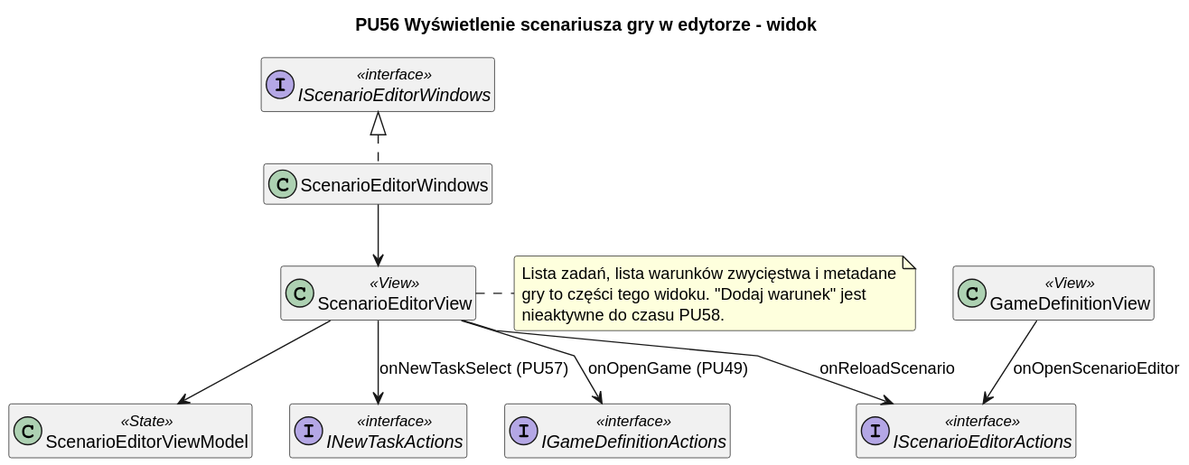
This is diagrams/frontend/rendered/scenario-editor-view.svg from Igor-Ochocki/POP-2026Z, a PlantUML export, as it was before one commit.
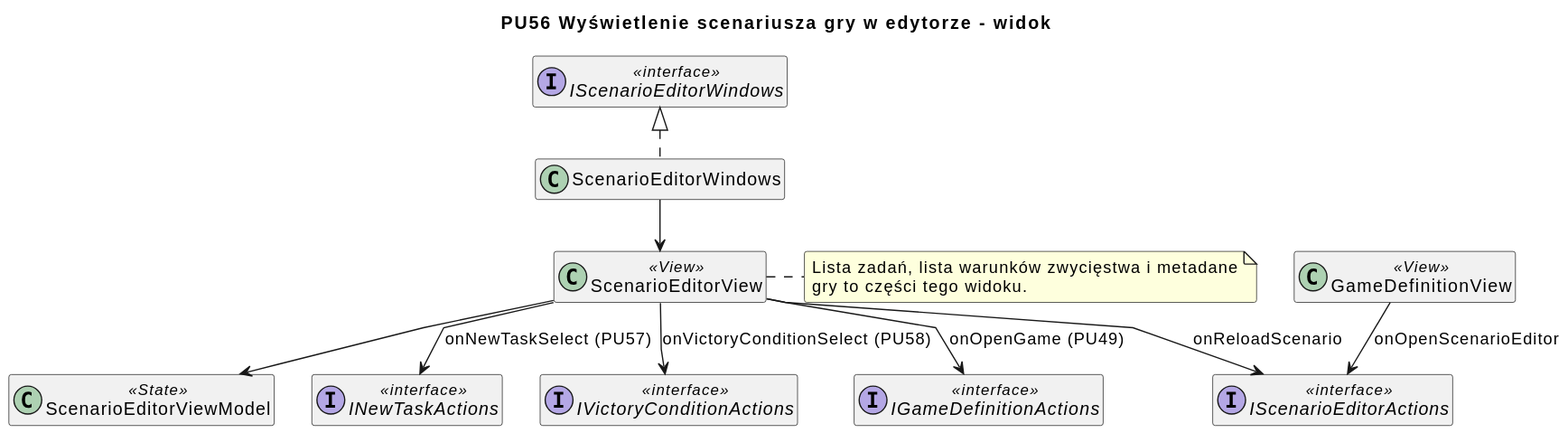
Later version of the same file.

Commit message:
PU58/fe: diagramy presentera i widoku warunków zwycięstwa

Diff of the diagram source:
```diff
@@ -17,6 +17,7 @@
 interface IScenarioEditorActions <<interface>>
 class ScenarioEditorViewModel <<State>>
 interface INewTaskActions <<interface>>
+interface IVictoryConditionActions <<interface>>
 interface IGameDefinitionActions <<interface>>
 class GameDefinitionView <<View>>
 
@@ -27,11 +28,11 @@
 ScenarioEditorView --> IScenarioEditorActions : onReloadScenario
 ScenarioEditorView --> ScenarioEditorViewModel
 ScenarioEditorView --> INewTaskActions : onNewTaskSelect (PU57)
+ScenarioEditorView --> IVictoryConditionActions : onVictoryConditionSelect (PU58)
 ScenarioEditorView --> IGameDefinitionActions : onOpenGame (PU49)
 
 note right of ScenarioEditorView
     Lista zadań, lista warunków zwycięstwa i metadane
-    gry to części tego widoku. "Dodaj warunek" jest
-    nieaktywne do czasu PU58.
+    gry to części tego widoku.
 end note
 @enduml
```
